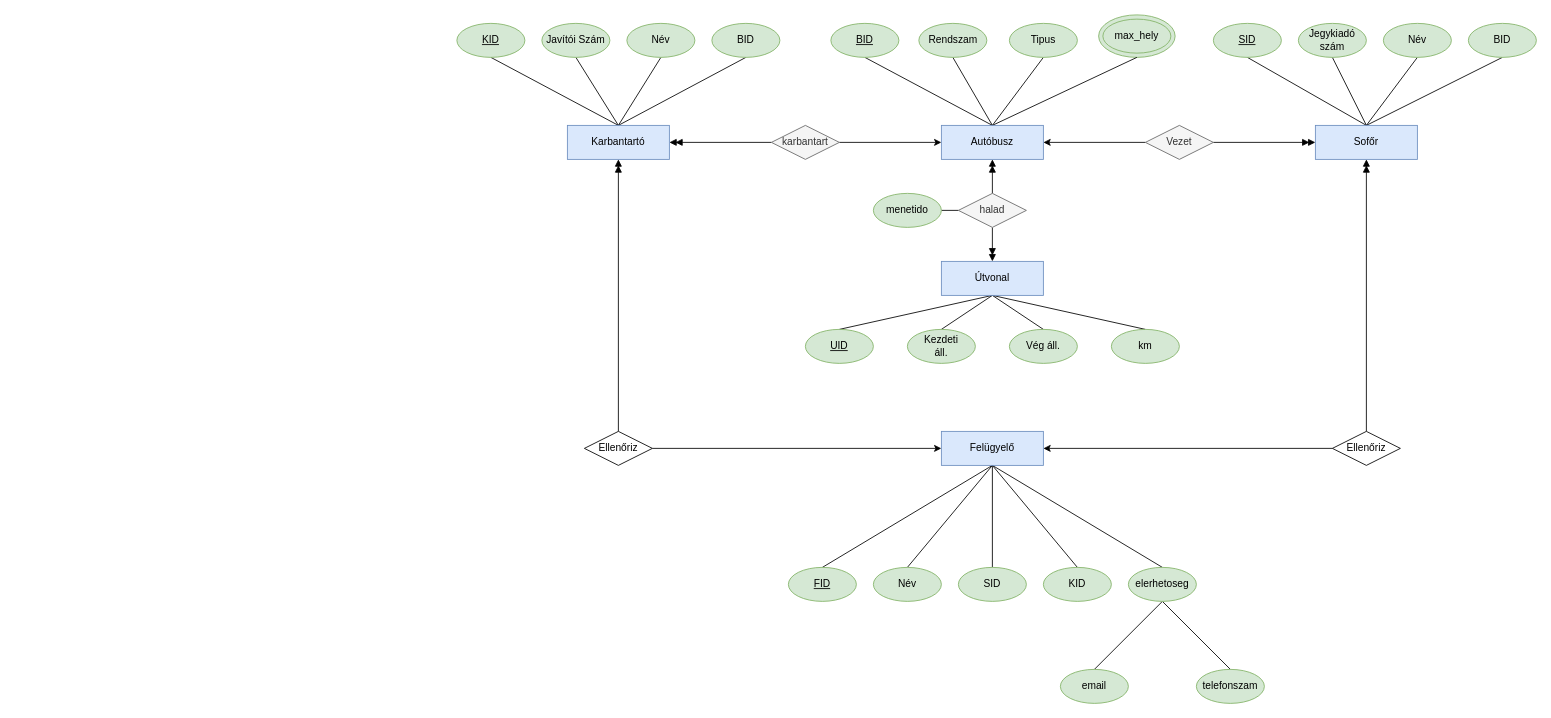
The draw.io diagram DBSemTaskHR6121/ERHR6121.drawio in HonDaniel/HR6121_DB1Gyak, before the edit. Source tidied: cells renumbered, new cells numbered last; positions are measured from the earlier drawing's top-left corner, leaving out a move shared by most shapes. Both pictures are drawn from the tidied source at 85%, with x=0, y=0 at pixel (456, 14).
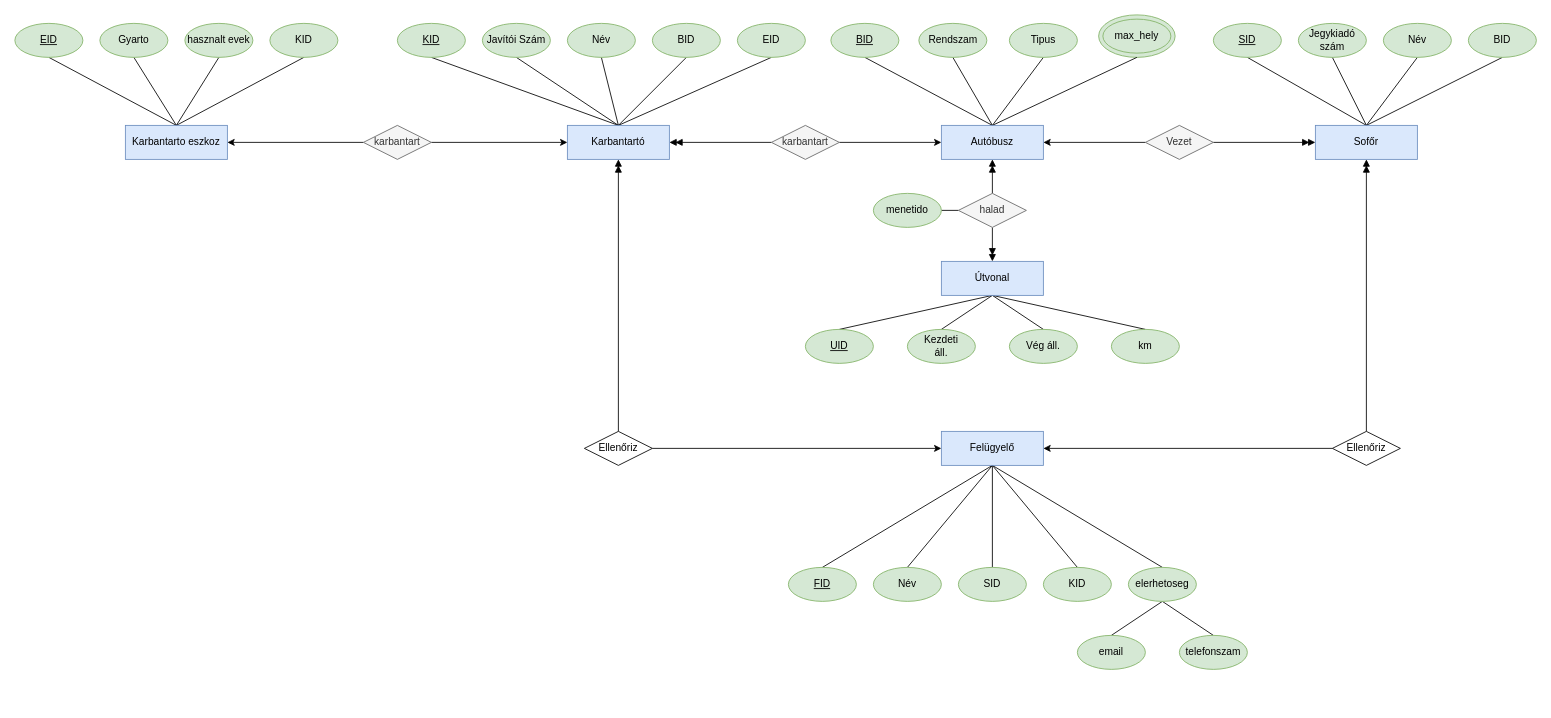
After the change.

The change refers to these unchanged cells:
```xml
<mxCell id="28" value="Karbantartó" style="rounded=0;whiteSpace=wrap;html=1;fillColor=#dae8fc;strokeColor=#6c8ebf;" parent="1" vertex="1">
  <mxGeometry x="130" y="130" width="120" height="40" as="geometry" />
</mxCell>
```

What changed in the source:
```diff
@@
+    <mxCell id="72" style="edgeStyle=none;rounded=0;jettySize=auto;html=1;exitX=0.5;exitY=0;exitDx=0;exitDy=0;entryX=0.5;entryY=1;entryDx=0;entryDy=0;endArrow=none;endFill=0;" parent="1" edge="1" source="28" target="85">
+      <mxGeometry relative="1" as="geometry" />
+    </mxCell>
@@
     <mxCell id="29" value="Javítói Szám" style="ellipse;whiteSpace=wrap;html=1;fillColor=#d5e8d4;strokeColor=#82b366;" parent="1" vertex="1">
-      <mxGeometry x="100" y="10" width="80" height="40" as="geometry" />
+      <mxGeometry x="30" y="10" width="80" height="40" as="geometry" />
     </mxCell>
     <mxCell id="30" value="&lt;u&gt;KID&lt;/u&gt;" style="ellipse;whiteSpace=wrap;html=1;fillColor=#d5e8d4;strokeColor=#82b366;" parent="1" vertex="1">
-      <mxGeometry y="10" width="80" height="40" as="geometry" />
+      <mxGeometry x="-70" y="10" width="80" height="40" as="geometry" />
     </mxCell>
     <mxCell id="31" value="Név" style="ellipse;whiteSpace=wrap;html=1;fillColor=#d5e8d4;strokeColor=#82b366;" parent="1" vertex="1">
-      <mxGeometry x="200" y="10" width="80" height="40" as="geometry" />
+      <mxGeometry x="130" y="10" width="80" height="40" as="geometry" />
     </mxCell>
     <mxCell id="32" value="BID" style="ellipse;whiteSpace=wrap;html=1;fillColor=#d5e8d4;strokeColor=#82b366;" parent="1" vertex="1">
-      <mxGeometry x="300" y="10" width="80" height="40" as="geometry" />
+      <mxGeometry x="230" y="10" width="80" height="40" as="geometry" />
     </mxCell>
@@
     <mxCell id="70" value="email" style="ellipse;whiteSpace=wrap;html=1;fillColor=#d5e8d4;strokeColor=#82b366;" parent="1" vertex="1">
-      <mxGeometry x="710" y="770" width="80" height="40" as="geometry" />
+      <mxGeometry x="730" y="730" width="80" height="40" as="geometry" />
     </mxCell>
     <mxCell id="71" value="telefonszam" style="ellipse;whiteSpace=wrap;html=1;fillColor=#d5e8d4;strokeColor=#82b366;" parent="1" vertex="1">
-      <mxGeometry x="870" y="770" width="80" height="40" as="geometry" />
+      <mxGeometry x="850" y="730" width="80" height="40" as="geometry" />
     </mxCell>
+    <mxCell id="73" style="edgeStyle=none;rounded=0;jettySize=auto;html=1;exitX=1;exitY=0.5;exitDx=0;exitDy=0;entryX=0;entryY=0.5;entryDx=0;entryDy=0;endArrow=classic;endFill=1;" parent="1" edge="1" source="75" target="28">
+      <mxGeometry relative="1" as="geometry" />
+    </mxCell>
+    <mxCell id="74" style="edgeStyle=none;rounded=0;jettySize=auto;html=1;exitX=0;exitY=0.5;exitDx=0;exitDy=0;entryX=1;entryY=0.5;entryDx=0;entryDy=0;endArrow=classic;endFill=1;" parent="1" edge="1" source="75" target="80">
+      <mxGeometry relative="1" as="geometry" />
+    </mxCell>
+    <mxCell id="75" value="karbantart" style="rhombus;whiteSpace=wrap;html=1;fillColor=#f5f5f5;fontColor=#333333;strokeColor=#666666;" parent="1" vertex="1">
+      <mxGeometry x="-110" y="130" width="80" height="40" as="geometry" />
+    </mxCell>
+    <mxCell id="76" style="edgeStyle=none;rounded=0;jettySize=auto;html=1;exitX=0.5;exitY=0;exitDx=0;exitDy=0;entryX=0.5;entryY=1;entryDx=0;entryDy=0;endArrow=none;endFill=0;" parent="1" edge="1" source="80" target="81">
+      <mxGeometry relative="1" as="geometry" />
+    </mxCell>
+    <mxCell id="77" style="edgeStyle=none;rounded=0;jettySize=auto;html=1;exitX=0.5;exitY=0;exitDx=0;exitDy=0;entryX=0.5;entryY=1;entryDx=0;entryDy=0;endArrow=none;endFill=0;" parent="1" edge="1" source="80" target="83">
+      <mxGeometry relative="1" as="geometry" />
+    </mxCell>
+    <mxCell id="78" style="edgeStyle=none;rounded=0;jettySize=auto;html=1;exitX=0.5;exitY=0;exitDx=0;exitDy=0;entryX=0.5;entryY=1;entryDx=0;entryDy=0;endArrow=none;endFill=0;" parent="1" edge="1" source="80" target="84">
+      <mxGeometry relative="1" as="geometry" />
+    </mxCell>
+    <mxCell id="79" style="edgeStyle=none;rounded=0;jettySize=auto;html=1;exitX=0.5;exitY=0;exitDx=0;exitDy=0;entryX=0.5;entryY=1;entryDx=0;entryDy=0;endArrow=none;endFill=0;" parent="1" edge="1" source="80" target="82">
+      <mxGeometry relative="1" as="geometry" />
+    </mxCell>
+    <mxCell id="80" value="Karbantarto eszkoz" style="rounded=0;whiteSpace=wrap;html=1;fillColor=#dae8fc;strokeColor=#6c8ebf;" parent="1" vertex="1">
+      <mxGeometry x="-390" y="130" width="120" height="40" as="geometry" />
+    </mxCell>
+    <mxCell id="81" value="Gyarto" style="ellipse;whiteSpace=wrap;html=1;fillColor=#d5e8d4;strokeColor=#82b366;" parent="1" vertex="1">
+      <mxGeometry x="-420" y="10" width="80" height="40" as="geometry" />
+    </mxCell>
+    <mxCell id="82" value="&lt;u&gt;EID&lt;/u&gt;" style="ellipse;whiteSpace=wrap;html=1;fillColor=#d5e8d4;strokeColor=#82b366;" parent="1" vertex="1">
+      <mxGeometry x="-520" y="10" width="80" height="40" as="geometry" />
+    </mxCell>
+    <mxCell id="83" value="hasznalt evek" style="ellipse;whiteSpace=wrap;html=1;fillColor=#d5e8d4;strokeColor=#82b366;" parent="1" vertex="1">
+      <mxGeometry x="-320" y="10" width="80" height="40" as="geometry" />
+    </mxCell>
+    <mxCell id="84" value="KID" style="ellipse;whiteSpace=wrap;html=1;fillColor=#d5e8d4;strokeColor=#82b366;" parent="1" vertex="1">
+      <mxGeometry x="-220" y="10" width="80" height="40" as="geometry" />
+    </mxCell>
+    <mxCell id="85" value="EID" style="ellipse;whiteSpace=wrap;html=1;fillColor=#d5e8d4;strokeColor=#82b366;" parent="1" vertex="1">
+      <mxGeometry x="330" y="10" width="80" height="40" as="geometry" />
+    </mxCell>
```
